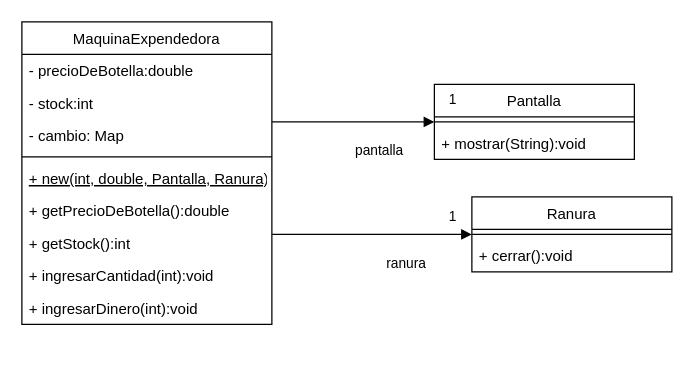
The draw.io diagram unq-po2-state-maquinaExpendedora.drawio in nhubczyk/Diagramas-UML, before the edit. Source tidied: cells renumbered, new cells numbered last; positions are measured from the earlier drawing's top-left corner, leaving out a move shared by most shapes. Both pictures are drawn from the tidied source at 125%, with x=0, y=0 at pixel (21, 21).
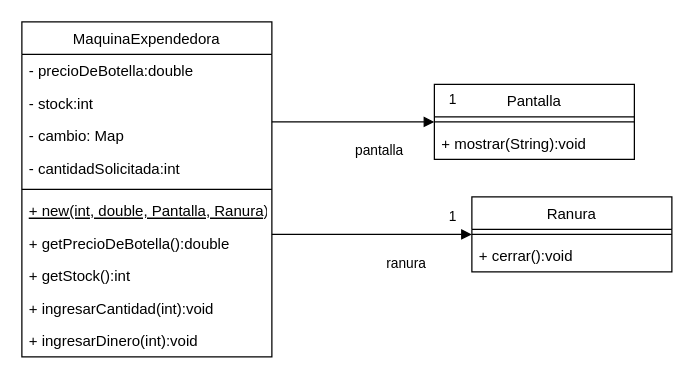
The same diagram, later.

Diff of the diagram source:
```diff
@@
     <mxCell id="2" value="MaquinaExpendedora" style="swimlane;fontStyle=0;align=center;verticalAlign=top;horizontal=1;startSize=26;" parent="1" vertex="1">
-      <mxGeometry width="200" height="242" as="geometry" />
+      <mxGeometry width="200" height="268" as="geometry" />
     </mxCell>
@@
+    <mxCell id="22" value="- cantidadSolicitada:int" style="text;strokeColor=none;fillColor=none;align=left;verticalAlign=top;spacingLeft=4;spacingRight=4;overflow=hidden;" parent="2" vertex="1">
+      <mxGeometry y="104" width="200" height="26" as="geometry" />
+    </mxCell>
     <mxCell id="6" style="line;strokeWidth=1;fillColor=none;align=left;verticalAlign=middle;spacingTop=-1;spacingLeft=3;spacingRight=3;labelPosition=right;strokeColor=inherit;" parent="2" vertex="1">
-      <mxGeometry y="104" width="200" height="8" as="geometry" />
+      <mxGeometry y="130" width="200" height="8" as="geometry" />
     </mxCell>
     <mxCell id="7" value="+ new(int, double, Pantalla, Ranura)" style="text;strokeColor=none;fillColor=none;align=left;verticalAlign=top;spacingLeft=4;spacingRight=4;overflow=hidden;fontStyle=4;" parent="2" vertex="1">
-      <mxGeometry y="112" width="200" height="26" as="geometry" />
+      <mxGeometry y="138" width="200" height="26" as="geometry" />
     </mxCell>
     <mxCell id="8" value="+ getPrecioDeBotella():double" style="text;strokeColor=none;fillColor=none;align=left;verticalAlign=top;spacingLeft=4;spacingRight=4;overflow=hidden;" parent="2" vertex="1">
-      <mxGeometry y="138" width="200" height="26" as="geometry" />
+      <mxGeometry y="164" width="200" height="26" as="geometry" />
     </mxCell>
     <mxCell id="9" value="+ getStock():int" style="text;strokeColor=none;fillColor=none;align=left;verticalAlign=top;spacingLeft=4;spacingRight=4;overflow=hidden;" parent="2" vertex="1">
-      <mxGeometry y="164" width="200" height="26" as="geometry" />
+      <mxGeometry y="190" width="200" height="26" as="geometry" />
     </mxCell>
     <mxCell id="10" value="+ ingresarCantidad(int):void" style="text;strokeColor=none;fillColor=none;align=left;verticalAlign=top;spacingLeft=4;spacingRight=4;overflow=hidden;" parent="2" vertex="1">
-      <mxGeometry y="190" width="200" height="26" as="geometry" />
+      <mxGeometry y="216" width="200" height="26" as="geometry" />
     </mxCell>
     <mxCell id="11" value="+ ingresarDinero(int):void" style="text;strokeColor=none;fillColor=none;align=left;verticalAlign=top;spacingLeft=4;spacingRight=4;overflow=hidden;" parent="2" vertex="1">
-      <mxGeometry y="216" width="200" height="26" as="geometry" />
+      <mxGeometry y="242" width="200" height="26" as="geometry" />
     </mxCell>
```
